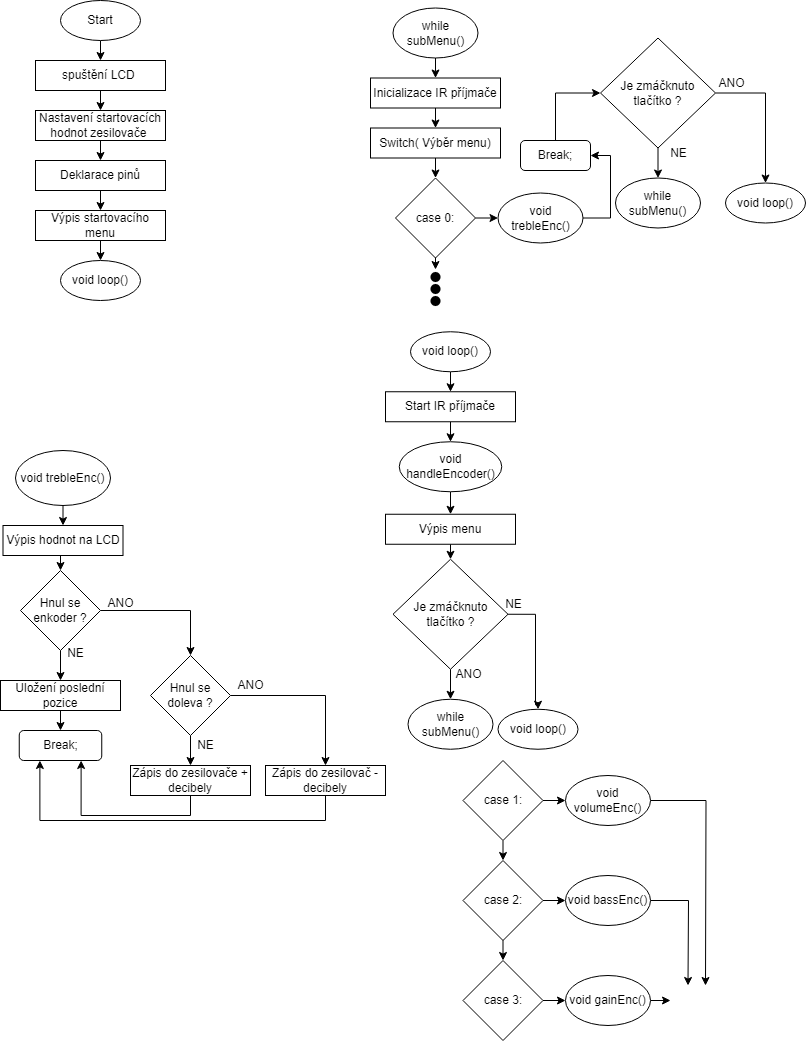
This is Code_flowchart.png from Polkorabjaroslav/Project_adruinonano_encodermenu, a draw.io export, as it was before one commit. Source tidied: cells renumbered, new cells last; positions are measured from the earlier drawing's top-left corner, leaving out a move shared by most shapes. The source it was exported from:
```xml
<mxGraphModel>
  <root>
    <mxCell id="0" />
    <mxCell id="1" parent="0" />
    <mxCell id="2" style="edgeStyle=orthogonalEdgeStyle;rounded=0;jettySize=auto;html=1;exitX=0.5;exitY=1;exitDx=0;exitDy=0;entryX=0.5;entryY=0;entryDx=0;entryDy=0;" parent="1" edge="1" source="3" target="5">
      <mxGeometry relative="1" as="geometry" />
    </mxCell>
    <mxCell id="3" value="Start" style="ellipse;whiteSpace=wrap;html=1;" parent="1" vertex="1">
      <mxGeometry x="60" width="80" height="40" as="geometry" />
    </mxCell>
    <mxCell id="4" style="edgeStyle=orthogonalEdgeStyle;rounded=0;jettySize=auto;html=1;exitX=0.5;exitY=1;exitDx=0;exitDy=0;entryX=0.5;entryY=0;entryDx=0;entryDy=0;" parent="1" edge="1" source="5" target="7">
      <mxGeometry relative="1" as="geometry" />
    </mxCell>
    <mxCell id="5" value="spuštění LCD&amp;nbsp;" style="rounded=0;whiteSpace=wrap;html=1;" parent="1" vertex="1">
      <mxGeometry x="35" y="60" width="130" height="30" as="geometry" />
    </mxCell>
    <mxCell id="6" style="edgeStyle=orthogonalEdgeStyle;rounded=0;jettySize=auto;html=1;exitX=0.5;exitY=1;exitDx=0;exitDy=0;entryX=0.5;entryY=0;entryDx=0;entryDy=0;" parent="1" edge="1" source="7" target="9">
      <mxGeometry relative="1" as="geometry" />
    </mxCell>
    <mxCell id="7" value="Nastavení startovacích hodnot zesilovače&amp;nbsp;" style="rounded=0;whiteSpace=wrap;html=1;" parent="1" vertex="1">
      <mxGeometry x="35" y="110" width="130" height="30" as="geometry" />
    </mxCell>
    <mxCell id="8" style="edgeStyle=orthogonalEdgeStyle;rounded=0;jettySize=auto;html=1;exitX=0.5;exitY=1;exitDx=0;exitDy=0;entryX=0.5;entryY=0;entryDx=0;entryDy=0;" parent="1" edge="1" source="9" target="11">
      <mxGeometry relative="1" as="geometry" />
    </mxCell>
    <mxCell id="9" value="Deklarace pinů" style="rounded=0;whiteSpace=wrap;html=1;" parent="1" vertex="1">
      <mxGeometry x="35" y="160" width="130" height="30" as="geometry" />
    </mxCell>
    <mxCell id="10" style="edgeStyle=orthogonalEdgeStyle;rounded=0;jettySize=auto;html=1;exitX=0.5;exitY=1;exitDx=0;exitDy=0;entryX=0.5;entryY=0;entryDx=0;entryDy=0;" parent="1" edge="1" source="11" target="12">
      <mxGeometry relative="1" as="geometry" />
    </mxCell>
    <mxCell id="11" value="Výpis startovacího menu" style="rounded=0;whiteSpace=wrap;html=1;" parent="1" vertex="1">
      <mxGeometry x="35" y="210" width="130" height="30" as="geometry" />
    </mxCell>
    <mxCell id="12" value="void loop()" style="ellipse;whiteSpace=wrap;html=1;" parent="1" vertex="1">
      <mxGeometry x="60" y="260" width="80" height="40" as="geometry" />
    </mxCell>
    <mxCell id="13" style="edgeStyle=orthogonalEdgeStyle;rounded=0;jettySize=auto;html=1;exitX=0.5;exitY=1;exitDx=0;exitDy=0;entryX=0.5;entryY=0;entryDx=0;entryDy=0;" parent="1" edge="1" source="14" target="16">
      <mxGeometry relative="1" as="geometry" />
    </mxCell>
    <mxCell id="14" value="void loop()" style="ellipse;whiteSpace=wrap;html=1;" parent="1" vertex="1">
      <mxGeometry x="410" y="331.2" width="80" height="40" as="geometry" />
    </mxCell>
    <mxCell id="15" style="edgeStyle=orthogonalEdgeStyle;rounded=0;jettySize=auto;html=1;exitX=0.5;exitY=1;exitDx=0;exitDy=0;entryX=0.5;entryY=0;entryDx=0;entryDy=0;" parent="1" edge="1" source="16">
      <mxGeometry relative="1" as="geometry">
        <mxPoint x="450" y="441.2" as="targetPoint" />
      </mxGeometry>
    </mxCell>
    <mxCell id="16" value="Start IR příjmače" style="rounded=0;whiteSpace=wrap;html=1;" parent="1" vertex="1">
      <mxGeometry x="385" y="391.2" width="130" height="30" as="geometry" />
    </mxCell>
    <mxCell id="17" style="edgeStyle=orthogonalEdgeStyle;rounded=0;jettySize=auto;html=1;entryX=0.5;entryY=0;entryDx=0;entryDy=0;exitX=0.5;exitY=1;exitDx=0;exitDy=0;" parent="1" edge="1" source="85" target="84">
      <mxGeometry relative="1" as="geometry" />
    </mxCell>
    <mxCell id="18" value="while subMenu()" style="ellipse;whiteSpace=wrap;html=1;" parent="1" vertex="1">
      <mxGeometry x="407.5" y="698.8" width="85" height="50" as="geometry" />
    </mxCell>
    <mxCell id="19" style="edgeStyle=orthogonalEdgeStyle;rounded=0;jettySize=auto;html=1;exitX=0.5;exitY=1;exitDx=0;exitDy=0;entryX=0.5;entryY=0;entryDx=0;entryDy=0;" parent="1" edge="1" source="21" target="18">
      <mxGeometry relative="1" as="geometry" />
    </mxCell>
    <mxCell id="20" style="edgeStyle=orthogonalEdgeStyle;rounded=0;jettySize=auto;html=1;exitX=1;exitY=0.5;exitDx=0;exitDy=0;entryX=0.5;entryY=0;entryDx=0;entryDy=0;" parent="1" edge="1" source="21" target="24">
      <mxGeometry relative="1" as="geometry">
        <Array as="points">
          <mxPoint x="535" y="614.2" />
          <mxPoint x="535" y="704.2" />
        </Array>
      </mxGeometry>
    </mxCell>
    <mxCell id="21" value="Je zmáčknuto tlačítko ?" style="rhombus;whiteSpace=wrap;html=1;" parent="1" vertex="1">
      <mxGeometry x="392.5" y="558.8" width="115" height="110" as="geometry" />
    </mxCell>
    <mxCell id="22" value="ANO" style="text;html=1;align=center;verticalAlign=middle;strokeColor=none;fillColor=none;" parent="1" vertex="1">
      <mxGeometry x="442.5" y="658.8" width="50" height="30" as="geometry" />
    </mxCell>
    <mxCell id="23" value="NE" style="text;html=1;align=center;verticalAlign=middle;strokeColor=none;fillColor=none;" parent="1" vertex="1">
      <mxGeometry x="492.5" y="588.8" width="40" height="30" as="geometry" />
    </mxCell>
    <mxCell id="24" value="void loop()" style="ellipse;whiteSpace=wrap;html=1;" parent="1" vertex="1">
      <mxGeometry x="497.5" y="708.8" width="80" height="40" as="geometry" />
    </mxCell>
    <mxCell id="25" style="edgeStyle=orthogonalEdgeStyle;rounded=0;jettySize=auto;html=1;exitX=0.5;exitY=1;exitDx=0;exitDy=0;entryX=0.5;entryY=0;entryDx=0;entryDy=0;" parent="1" edge="1" source="26" target="28">
      <mxGeometry relative="1" as="geometry" />
    </mxCell>
    <mxCell id="26" value="while subMenu()" style="ellipse;whiteSpace=wrap;html=1;" parent="1" vertex="1">
      <mxGeometry x="392.5" y="7.5" width="85" height="50" as="geometry" />
    </mxCell>
    <mxCell id="27" style="edgeStyle=orthogonalEdgeStyle;rounded=0;jettySize=auto;html=1;exitX=0.5;exitY=1;exitDx=0;exitDy=0;entryX=0.5;entryY=0;entryDx=0;entryDy=0;" parent="1" edge="1" source="28" target="30">
      <mxGeometry relative="1" as="geometry" />
    </mxCell>
    <mxCell id="28" value="Inicializace IR příjmače" style="rounded=0;whiteSpace=wrap;html=1;" parent="1" vertex="1">
      <mxGeometry x="370" y="77.5" width="130" height="30" as="geometry" />
    </mxCell>
    <mxCell id="29" style="edgeStyle=orthogonalEdgeStyle;rounded=0;jettySize=auto;html=1;exitX=0.5;exitY=1;exitDx=0;exitDy=0;entryX=0.5;entryY=0;entryDx=0;entryDy=0;" parent="1" edge="1" source="30" target="35">
      <mxGeometry relative="1" as="geometry" />
    </mxCell>
    <mxCell id="30" value="Switch( Výběr menu)" style="rounded=0;whiteSpace=wrap;html=1;" parent="1" vertex="1">
      <mxGeometry x="370" y="127.5" width="130" height="30" as="geometry" />
    </mxCell>
    <mxCell id="31" style="edgeStyle=orthogonalEdgeStyle;rounded=0;jettySize=auto;html=1;exitX=1;exitY=0.5;exitDx=0;exitDy=0;entryX=0;entryY=0.5;entryDx=0;entryDy=0;" parent="1" edge="1" source="35" target="53">
      <mxGeometry relative="1" as="geometry" />
    </mxCell>
    <mxCell id="32" style="edgeStyle=orthogonalEdgeStyle;rounded=0;jettySize=auto;html=1;exitX=0.5;exitY=1;exitDx=0;exitDy=0;" parent="1" edge="1" source="35">
      <mxGeometry relative="1" as="geometry">
        <mxPoint x="435" y="230" as="targetPoint" />
      </mxGeometry>
    </mxCell>
    <mxCell id="33" style="edgeStyle=orthogonalEdgeStyle;rounded=0;jettySize=auto;html=1;exitX=0.5;exitY=1;exitDx=0;exitDy=0;" parent="1" edge="1" source="35">
      <mxGeometry relative="1" as="geometry">
        <mxPoint x="435" y="240" as="targetPoint" />
      </mxGeometry>
    </mxCell>
    <mxCell id="34" style="edgeStyle=orthogonalEdgeStyle;rounded=0;orthogonalLoop=1;jettySize=auto;html=1;exitX=0.5;exitY=1;exitDx=0;exitDy=0;" parent="1" edge="1">
      <mxGeometry relative="1" as="geometry">
        <mxPoint x="435" y="246.5" as="sourcePoint" />
        <mxPoint x="435" y="269" as="targetPoint" />
        <Array as="points">
          <mxPoint x="435" y="249" />
          <mxPoint x="435" y="249" />
        </Array>
      </mxGeometry>
    </mxCell>
    <mxCell id="35" value="case 0:" style="rhombus;whiteSpace=wrap;html=1;" parent="1" vertex="1">
      <mxGeometry x="395" y="177.5" width="80" height="80" as="geometry" />
    </mxCell>
    <mxCell id="36" style="edgeStyle=orthogonalEdgeStyle;rounded=0;jettySize=auto;html=1;exitX=0.5;exitY=1;exitDx=0;exitDy=0;entryX=0.5;entryY=0;entryDx=0;entryDy=0;" parent="1" edge="1" source="38" target="42">
      <mxGeometry relative="1" as="geometry" />
    </mxCell>
    <mxCell id="37" style="edgeStyle=orthogonalEdgeStyle;rounded=0;jettySize=auto;html=1;exitX=1;exitY=0.5;exitDx=0;exitDy=0;entryX=0;entryY=0.5;entryDx=0;entryDy=0;" parent="1" edge="1" source="38" target="55">
      <mxGeometry relative="1" as="geometry" />
    </mxCell>
    <mxCell id="38" value="case 1:" style="rhombus;whiteSpace=wrap;html=1;" parent="1" vertex="1">
      <mxGeometry x="462.5" y="760" width="80" height="80" as="geometry" />
    </mxCell>
    <mxCell id="39" style="edgeStyle=orthogonalEdgeStyle;rounded=0;jettySize=auto;html=1;exitX=0.5;exitY=1;exitDx=0;exitDy=0;" parent="1" edge="1" source="42">
      <mxGeometry relative="1" as="geometry">
        <mxPoint x="502.5" y="920" as="targetPoint" />
      </mxGeometry>
    </mxCell>
    <mxCell id="40" style="edgeStyle=orthogonalEdgeStyle;rounded=0;jettySize=auto;html=1;exitX=0.5;exitY=1;exitDx=0;exitDy=0;entryX=0.5;entryY=0;entryDx=0;entryDy=0;" parent="1" edge="1" source="42" target="44">
      <mxGeometry relative="1" as="geometry" />
    </mxCell>
    <mxCell id="41" style="edgeStyle=orthogonalEdgeStyle;rounded=0;jettySize=auto;html=1;exitX=1;exitY=0.5;exitDx=0;exitDy=0;entryX=0;entryY=0.5;entryDx=0;entryDy=0;" parent="1" edge="1" source="42" target="57">
      <mxGeometry relative="1" as="geometry" />
    </mxCell>
    <mxCell id="42" value="case 2:" style="rhombus;whiteSpace=wrap;html=1;" parent="1" vertex="1">
      <mxGeometry x="462.5" y="860" width="80" height="80" as="geometry" />
    </mxCell>
    <mxCell id="43" style="edgeStyle=orthogonalEdgeStyle;rounded=0;jettySize=auto;html=1;exitX=1;exitY=0.5;exitDx=0;exitDy=0;entryX=0;entryY=0.5;entryDx=0;entryDy=0;" parent="1" edge="1" source="44" target="59">
      <mxGeometry relative="1" as="geometry" />
    </mxCell>
    <mxCell id="44" value="case 3:" style="rhombus;whiteSpace=wrap;html=1;" parent="1" vertex="1">
      <mxGeometry x="462.5" y="960" width="80" height="80" as="geometry" />
    </mxCell>
    <mxCell id="45" value="while subMenu()" style="ellipse;whiteSpace=wrap;html=1;" parent="1" vertex="1">
      <mxGeometry x="615" y="177.5" width="85" height="50" as="geometry" />
    </mxCell>
    <mxCell id="46" style="edgeStyle=orthogonalEdgeStyle;rounded=0;jettySize=auto;html=1;exitX=0.5;exitY=1;exitDx=0;exitDy=0;entryX=0.5;entryY=0;entryDx=0;entryDy=0;" parent="1" edge="1" source="48" target="45">
      <mxGeometry relative="1" as="geometry" />
    </mxCell>
    <mxCell id="47" style="edgeStyle=orthogonalEdgeStyle;rounded=0;jettySize=auto;html=1;exitX=1;exitY=0.5;exitDx=0;exitDy=0;entryX=0.5;entryY=0;entryDx=0;entryDy=0;" parent="1" edge="1" source="48" target="51">
      <mxGeometry relative="1" as="geometry" />
    </mxCell>
    <mxCell id="48" value="Je zmáčknuto tlačítko ?" style="rhombus;whiteSpace=wrap;html=1;" parent="1" vertex="1">
      <mxGeometry x="600" y="37.5" width="115" height="110" as="geometry" />
    </mxCell>
    <mxCell id="49" value="NE" style="text;html=1;align=center;verticalAlign=middle;strokeColor=none;fillColor=none;" parent="1" vertex="1">
      <mxGeometry x="657.5" y="137.5" width="40" height="30" as="geometry" />
    </mxCell>
    <mxCell id="50" value="ANO" style="text;html=1;align=center;verticalAlign=middle;strokeColor=none;fillColor=none;" parent="1" vertex="1">
      <mxGeometry x="705.5" y="67.5" width="50" height="30" as="geometry" />
    </mxCell>
    <mxCell id="51" value="void loop()" style="ellipse;whiteSpace=wrap;html=1;" parent="1" vertex="1">
      <mxGeometry x="725" y="182.5" width="80" height="40" as="geometry" />
    </mxCell>
    <mxCell id="52" style="edgeStyle=orthogonalEdgeStyle;rounded=0;jettySize=auto;html=1;exitX=1;exitY=0.5;exitDx=0;exitDy=0;entryX=1;entryY=0.5;entryDx=0;entryDy=0;" parent="1" edge="1" source="53" target="61">
      <mxGeometry relative="1" as="geometry" />
    </mxCell>
    <mxCell id="53" value="void trebleEnc()" style="ellipse;whiteSpace=wrap;html=1;" parent="1" vertex="1">
      <mxGeometry x="497.5" y="192.5" width="85" height="50" as="geometry" />
    </mxCell>
    <mxCell id="54" style="edgeStyle=orthogonalEdgeStyle;rounded=0;jettySize=auto;html=1;exitX=1;exitY=0.5;exitDx=0;exitDy=0;entryX=0.5;entryY=0;entryDx=0;entryDy=0;" parent="1" edge="1" source="55">
      <mxGeometry relative="1" as="geometry">
        <mxPoint x="705" y="985" as="targetPoint" />
      </mxGeometry>
    </mxCell>
    <mxCell id="55" value="void volumeEnc()" style="ellipse;whiteSpace=wrap;html=1;" parent="1" vertex="1">
      <mxGeometry x="565" y="775" width="85" height="50" as="geometry" />
    </mxCell>
    <mxCell id="56" style="edgeStyle=orthogonalEdgeStyle;rounded=0;jettySize=auto;html=1;exitX=1;exitY=0.5;exitDx=0;exitDy=0;entryX=0.25;entryY=0;entryDx=0;entryDy=0;" parent="1" edge="1" source="57">
      <mxGeometry relative="1" as="geometry">
        <mxPoint x="687.5" y="985" as="targetPoint" />
      </mxGeometry>
    </mxCell>
    <mxCell id="57" value="void bassEnc()" style="ellipse;whiteSpace=wrap;html=1;" parent="1" vertex="1">
      <mxGeometry x="565" y="875" width="85" height="50" as="geometry" />
    </mxCell>
    <mxCell id="58" style="edgeStyle=orthogonalEdgeStyle;rounded=0;jettySize=auto;html=1;exitX=1;exitY=0.5;exitDx=0;exitDy=0;entryX=0;entryY=0.5;entryDx=0;entryDy=0;" parent="1" edge="1" source="59">
      <mxGeometry relative="1" as="geometry">
        <mxPoint x="670" y="1000" as="targetPoint" />
      </mxGeometry>
    </mxCell>
    <mxCell id="59" value="void gainEnc()" style="ellipse;whiteSpace=wrap;html=1;" parent="1" vertex="1">
      <mxGeometry x="565" y="975" width="85" height="50" as="geometry" />
    </mxCell>
    <mxCell id="60" style="edgeStyle=orthogonalEdgeStyle;rounded=0;jettySize=auto;html=1;exitX=0.5;exitY=0;exitDx=0;exitDy=0;entryX=0;entryY=0.5;entryDx=0;entryDy=0;" parent="1" edge="1" source="61" target="48">
      <mxGeometry relative="1" as="geometry" />
    </mxCell>
    <mxCell id="61" value="Break;" style="rounded=1;whiteSpace=wrap;html=1;" parent="1" vertex="1">
      <mxGeometry x="520" y="140" width="70" height="30" as="geometry" />
    </mxCell>
    <mxCell id="62" style="edgeStyle=orthogonalEdgeStyle;rounded=0;jettySize=auto;html=1;exitX=0.5;exitY=1;exitDx=0;exitDy=0;entryX=0.5;entryY=0;entryDx=0;entryDy=0;" parent="1" edge="1" source="63" target="65">
      <mxGeometry relative="1" as="geometry" />
    </mxCell>
    <mxCell id="63" value="void trebleEnc()" style="ellipse;whiteSpace=wrap;html=1;" parent="1" vertex="1">
      <mxGeometry x="15" y="450" width="95" height="55" as="geometry" />
    </mxCell>
    <mxCell id="64" style="edgeStyle=orthogonalEdgeStyle;rounded=0;jettySize=auto;html=1;exitX=0.5;exitY=1;exitDx=0;exitDy=0;entryX=0.5;entryY=0;entryDx=0;entryDy=0;" parent="1" edge="1" source="65" target="68">
      <mxGeometry relative="1" as="geometry" />
    </mxCell>
    <mxCell id="65" value="Výpis hodnot na LCD" style="rounded=0;whiteSpace=wrap;html=1;" parent="1" vertex="1">
      <mxGeometry x="2.5" y="525" width="120" height="30" as="geometry" />
    </mxCell>
    <mxCell id="66" style="edgeStyle=orthogonalEdgeStyle;rounded=0;jettySize=auto;html=1;exitX=1;exitY=0.5;exitDx=0;exitDy=0;entryX=0.5;entryY=0;entryDx=0;entryDy=0;" parent="1" edge="1" source="68" target="71">
      <mxGeometry relative="1" as="geometry" />
    </mxCell>
    <mxCell id="67" style="edgeStyle=orthogonalEdgeStyle;rounded=0;jettySize=auto;html=1;exitX=0.5;exitY=1;exitDx=0;exitDy=0;entryX=0.5;entryY=0;entryDx=0;entryDy=0;" parent="1" edge="1" source="68" target="73">
      <mxGeometry relative="1" as="geometry" />
    </mxCell>
    <mxCell id="68" value="Hnul se enkoder ?" style="rhombus;whiteSpace=wrap;html=1;" parent="1" vertex="1">
      <mxGeometry x="20" y="570" width="80" height="80" as="geometry" />
    </mxCell>
    <mxCell id="69" style="edgeStyle=orthogonalEdgeStyle;rounded=0;jettySize=auto;html=1;exitX=1;exitY=0.5;exitDx=0;exitDy=0;" parent="1" edge="1" source="71" target="76">
      <mxGeometry relative="1" as="geometry" />
    </mxCell>
    <mxCell id="70" style="edgeStyle=orthogonalEdgeStyle;rounded=0;jettySize=auto;html=1;exitX=0.5;exitY=1;exitDx=0;exitDy=0;entryX=0.5;entryY=0;entryDx=0;entryDy=0;" parent="1" edge="1" source="71" target="78">
      <mxGeometry relative="1" as="geometry" />
    </mxCell>
    <mxCell id="71" value="Hnul se doleva ?" style="rhombus;whiteSpace=wrap;html=1;" parent="1" vertex="1">
      <mxGeometry x="150" y="655" width="80" height="80" as="geometry" />
    </mxCell>
    <mxCell id="72" style="edgeStyle=orthogonalEdgeStyle;rounded=0;jettySize=auto;html=1;exitX=0.5;exitY=1;exitDx=0;exitDy=0;entryX=0.5;entryY=0;entryDx=0;entryDy=0;" parent="1" edge="1" source="73" target="74">
      <mxGeometry relative="1" as="geometry" />
    </mxCell>
    <mxCell id="73" value="Uložení poslední pozice" style="rounded=0;whiteSpace=wrap;html=1;" parent="1" vertex="1">
      <mxGeometry y="680" width="120" height="30" as="geometry" />
    </mxCell>
    <mxCell id="74" value="Break;" style="rounded=1;whiteSpace=wrap;html=1;" parent="1" vertex="1">
      <mxGeometry x="18.8" y="730" width="82.5" height="30" as="geometry" />
    </mxCell>
    <mxCell id="75" style="edgeStyle=orthogonalEdgeStyle;rounded=0;jettySize=auto;html=1;exitX=0.5;exitY=1;exitDx=0;exitDy=0;entryX=0.25;entryY=1;entryDx=0;entryDy=0;" parent="1" edge="1" source="76" target="74">
      <mxGeometry relative="1" as="geometry">
        <Array as="points">
          <mxPoint x="325" y="820" />
          <mxPoint x="39" y="820" />
        </Array>
      </mxGeometry>
    </mxCell>
    <mxCell id="76" value="Zápis do zesilovač - decibely" style="rounded=0;whiteSpace=wrap;html=1;" parent="1" vertex="1">
      <mxGeometry x="265" y="765" width="120" height="30" as="geometry" />
    </mxCell>
    <mxCell id="77" style="edgeStyle=orthogonalEdgeStyle;rounded=0;jettySize=auto;html=1;exitX=0.5;exitY=1;exitDx=0;exitDy=0;entryX=0.75;entryY=1;entryDx=0;entryDy=0;" parent="1" edge="1" source="78" target="74">
      <mxGeometry relative="1" as="geometry" />
    </mxCell>
    <mxCell id="78" value="Zápis do zesilovače + decibely" style="rounded=0;whiteSpace=wrap;html=1;" parent="1" vertex="1">
      <mxGeometry x="130" y="765" width="120" height="30" as="geometry" />
    </mxCell>
    <mxCell id="79" value="ANO" style="text;html=1;align=center;verticalAlign=middle;strokeColor=none;fillColor=none;" parent="1" vertex="1">
      <mxGeometry x="95" y="588" width="50" height="30" as="geometry" />
    </mxCell>
    <mxCell id="80" value="NE" style="text;html=1;align=center;verticalAlign=middle;strokeColor=none;fillColor=none;" parent="1" vertex="1">
      <mxGeometry x="55" y="638" width="40" height="30" as="geometry" />
    </mxCell>
    <mxCell id="81" value="ANO" style="text;html=1;align=center;verticalAlign=middle;strokeColor=none;fillColor=none;" parent="1" vertex="1">
      <mxGeometry x="225" y="670" width="50" height="30" as="geometry" />
    </mxCell>
    <mxCell id="82" value="NE" style="text;html=1;align=center;verticalAlign=middle;strokeColor=none;fillColor=none;" parent="1" vertex="1">
      <mxGeometry x="185" y="730" width="40" height="30" as="geometry" />
    </mxCell>
    <mxCell id="83" style="edgeStyle=orthogonalEdgeStyle;rounded=0;jettySize=auto;html=1;exitX=0.5;exitY=1;exitDx=0;exitDy=0;entryX=0.5;entryY=0;entryDx=0;entryDy=0;" parent="1" edge="1" source="84" target="21">
      <mxGeometry relative="1" as="geometry" />
    </mxCell>
    <mxCell id="84" value="Výpis menu" style="rounded=0;whiteSpace=wrap;html=1;" parent="1" vertex="1">
      <mxGeometry x="385" y="513.8" width="130" height="30" as="geometry" />
    </mxCell>
    <mxCell id="85" value="void handleEncoder()" style="ellipse;whiteSpace=wrap;html=1;" parent="1" vertex="1">
      <mxGeometry x="398.8" y="441.2" width="102.5" height="50" as="geometry" />
    </mxCell>
    <mxCell id="86" style="ellipse;whiteSpace=wrap;html=1;fillColor=#000000;strokeWidth=0;" parent="1" vertex="1">
      <mxGeometry x="430" y="271.5" width="10" height="10" as="geometry" />
    </mxCell>
    <mxCell id="87" style="ellipse;whiteSpace=wrap;html=1;fillColor=#000000;strokeWidth=0;" parent="1" vertex="1">
      <mxGeometry x="430" y="283.5" width="10" height="10" as="geometry" />
    </mxCell>
    <mxCell id="88" style="ellipse;whiteSpace=wrap;html=1;fillColor=#000000;strokeWidth=0;" parent="1" vertex="1">
      <mxGeometry x="430" y="295.5" width="10" height="10" as="geometry" />
    </mxCell>
  </root>
</mxGraphModel>
```
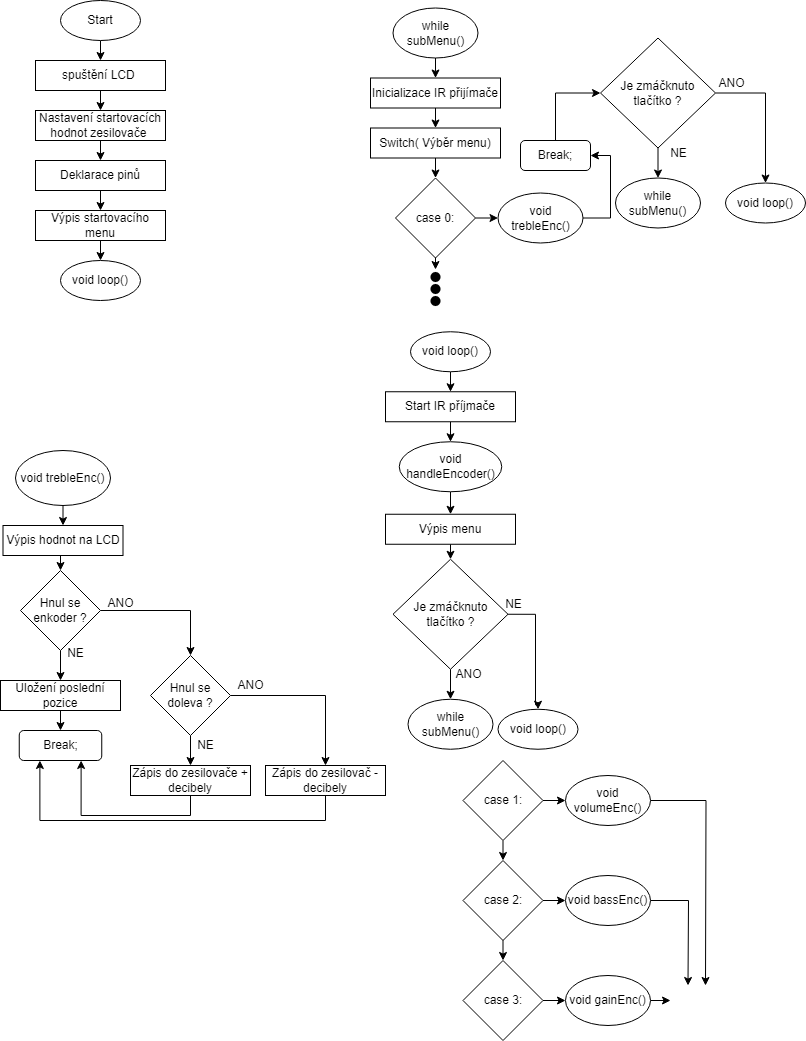
The same diagram one commit later.

Change to the diagram source:
```diff
@@ -87,7 +87,7 @@
     <mxCell id="27" style="edgeStyle=orthogonalEdgeStyle;rounded=0;jettySize=auto;html=1;exitX=0.5;exitY=1;exitDx=0;exitDy=0;entryX=0.5;entryY=0;entryDx=0;entryDy=0;" parent="1" edge="1" source="28" target="30">
       <mxGeometry relative="1" as="geometry" />
     </mxCell>
-    <mxCell id="28" value="Inicializace IR příjmače" style="rounded=0;whiteSpace=wrap;html=1;" parent="1" vertex="1">
+    <mxCell id="28" value="Inicializace IR přijímače" style="rounded=0;whiteSpace=wrap;html=1;" parent="1" vertex="1">
       <mxGeometry x="370" y="77.5" width="130" height="30" as="geometry" />
     </mxCell>
     <mxCell id="29" style="edgeStyle=orthogonalEdgeStyle;rounded=0;jettySize=auto;html=1;exitX=0.5;exitY=1;exitDx=0;exitDy=0;entryX=0.5;entryY=0;entryDx=0;entryDy=0;" parent="1" edge="1" source="30" target="35">
```
